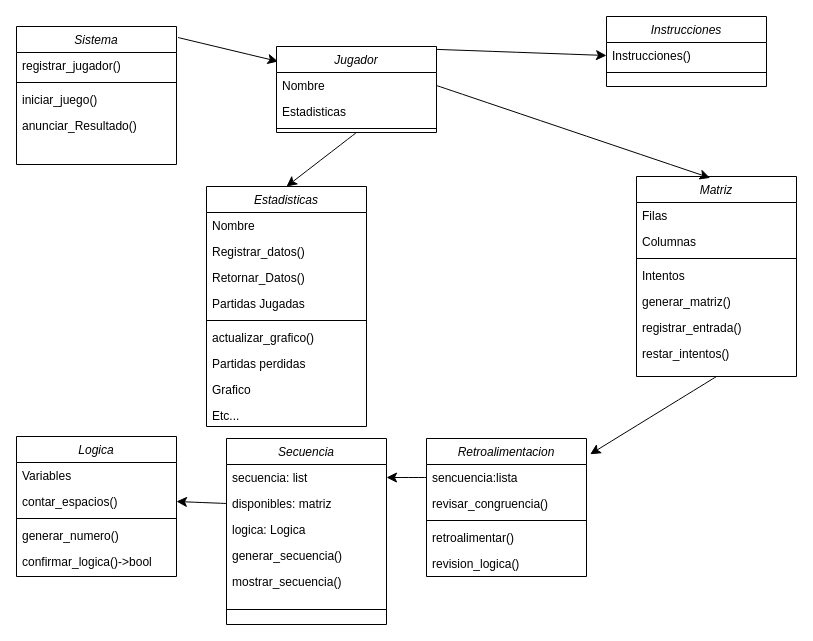
Earlier version of the draw.io diagram diagrama de clases.drawio (SkynetProyect/nerdleProyect). Source tidied: cells renumbered, new cells numbered last; positions are measured from the earlier drawing's top-left corner, leaving out a move shared by most shapes. Both pictures are drawn from the tidied source at 100%, with x=0, y=0 at pixel (16, 16).
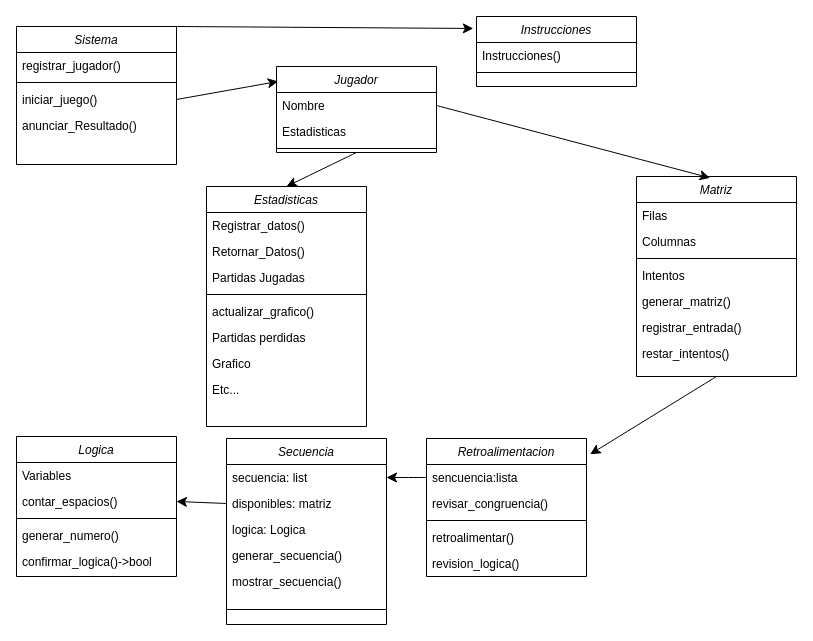
After the change.

Commit message (it also covers changes not shown here):
- diagrama actualizado - Archivos CJugador y CEstadisticas Creadas - clases  Instrucciones, jugador y estadistica creadas - Readme actualizado

The change refers to these unchanged cells:
```xml
<mxCell id="23" value="Estadisticas" style="swimlane;fontStyle=2;align=center;verticalAlign=top;horizontal=1;startSize=26;rounded=0;shadow=0;strokeWidth=1;" parent="1" vertex="1">
  <mxGeometry x="190" y="170" width="160" height="240" as="geometry" />
</mxCell>
<mxCell id="46" value="Sistema" style="swimlane;fontStyle=2;align=center;verticalAlign=top;horizontal=1;startSize=26;rounded=0;shadow=0;strokeWidth=1;" parent="1" vertex="1">
  <mxGeometry y="10" width="160" height="138" as="geometry" />
</mxCell>
<mxCell id="49" value="iniciar_juego()" style="text;align=left;verticalAlign=top;spacingLeft=4;spacingRight=4;overflow=hidden;points=[[0,0.5],[1,0.5]];portConstraint=eastwest;" parent="46" vertex="1">
  <mxGeometry y="60" width="160" height="26" as="geometry" />
</mxCell>
<mxCell id="55" value="Instrucciones()" style="text;align=left;verticalAlign=top;spacingLeft=4;spacingRight=4;overflow=hidden;points=[[0,0.5],[1,0.5]];portConstraint=eastwest;" parent="54" vertex="1">
  <mxGeometry y="26" width="160" height="26" as="geometry" />
</mxCell>
```

The edit, as a diff of the source:
```diff
@@
-    <mxCell id="18" style="edgeStyle=none;curved=1;rounded=0;jettySize=auto;html=1;exitX=0.5;exitY=0;exitDx=0;exitDy=0;entryX=0;entryY=0.5;entryDx=0;entryDy=0;fontSize=12;startSize=8;endSize=8;" parent="1" edge="1" source="19" target="55">
+    <mxCell id="18" style="edgeStyle=none;curved=1;rounded=0;jettySize=auto;html=1;exitX=1;exitY=0;exitDx=0;exitDy=0;entryX=-0.02;entryY=0.171;entryDx=0;entryDy=0;fontSize=12;startSize=8;endSize=8;entryPerimeter=0;" parent="1" edge="1" source="46" target="54">
       <mxGeometry relative="1" as="geometry" />
     </mxCell>
     <mxCell id="19" value="Jugador" style="swimlane;fontStyle=2;align=center;verticalAlign=top;horizontal=1;startSize=26;rounded=0;shadow=0;strokeWidth=1;" parent="1" vertex="1">
-      <mxGeometry x="260" y="30" width="160" height="86" as="geometry" />
+      <mxGeometry x="260" y="50" width="160" height="86" as="geometry" />
     </mxCell>
@@
-    <mxCell id="24" value="Nombre" style="text;align=left;verticalAlign=top;spacingLeft=4;spacingRight=4;overflow=hidden;" parent="23" vertex="1">
-      <mxGeometry y="26" width="160" height="26" as="geometry" />
-    </mxCell>
     <mxCell id="25" value="Registrar_datos()" style="text;align=left;verticalAlign=top;spacingLeft=4;spacingRight=4;overflow=hidden;" parent="23" vertex="1">
-      <mxGeometry y="52" width="160" height="26" as="geometry" />
+      <mxGeometry y="26" width="160" height="26" as="geometry" />
     </mxCell>
     <mxCell id="26" value="Retornar_Datos()" style="text;align=left;verticalAlign=top;spacingLeft=4;spacingRight=4;overflow=hidden;" parent="23" vertex="1">
-      <mxGeometry y="78" width="160" height="26" as="geometry" />
+      <mxGeometry y="52" width="160" height="26" as="geometry" />
     </mxCell>
     <mxCell id="27" value="Partidas Jugadas" style="text;align=left;verticalAlign=top;spacingLeft=4;spacingRight=4;overflow=hidden;rounded=0;shadow=0;html=0;" parent="23" vertex="1">
-      <mxGeometry y="104" width="160" height="26" as="geometry" />
+      <mxGeometry y="78" width="160" height="26" as="geometry" />
     </mxCell>
     <mxCell id="28" style="line;html=1;strokeWidth=1;align=left;verticalAlign=middle;spacingTop=-1;spacingLeft=3;spacingRight=3;labelPosition=right;" parent="23" vertex="1">
-      <mxGeometry y="130" width="160" height="8" as="geometry" />
+      <mxGeometry y="104" width="160" height="8" as="geometry" />
     </mxCell>
     <mxCell id="29" value="actualizar_grafico()" style="text;align=left;verticalAlign=top;spacingLeft=4;spacingRight=4;overflow=hidden;rounded=0;shadow=0;html=0;" parent="23" vertex="1">
-      <mxGeometry y="138" width="160" height="26" as="geometry" />
+      <mxGeometry y="112" width="160" height="26" as="geometry" />
     </mxCell>
     <mxCell id="30" value="Partidas perdidas&#10;" style="text;align=left;verticalAlign=top;spacingLeft=4;spacingRight=4;overflow=hidden;rounded=0;shadow=0;html=0;" parent="23" vertex="1">
-      <mxGeometry y="164" width="160" height="26" as="geometry" />
+      <mxGeometry y="138" width="160" height="26" as="geometry" />
     </mxCell>
     <mxCell id="31" value="Grafico" style="text;align=left;verticalAlign=top;spacingLeft=4;spacingRight=4;overflow=hidden;rounded=0;shadow=0;html=0;" parent="23" vertex="1">
-      <mxGeometry y="190" width="160" height="26" as="geometry" />
+      <mxGeometry y="164" width="160" height="26" as="geometry" />
     </mxCell>
     <mxCell id="32" value="Etc...&#10;" style="text;align=left;verticalAlign=top;spacingLeft=4;spacingRight=4;overflow=hidden;rounded=0;shadow=0;html=0;" parent="23" vertex="1">
-      <mxGeometry y="216" width="160" height="24" as="geometry" />
+      <mxGeometry y="190" width="160" height="24" as="geometry" />
     </mxCell>
@@
-    <mxCell id="45" style="edgeStyle=none;curved=1;rounded=0;jettySize=auto;html=1;exitX=1.01;exitY=0.08;exitDx=0;exitDy=0;entryX=0.01;entryY=0.174;entryDx=0;entryDy=0;entryPerimeter=0;fontSize=12;startSize=8;endSize=8;exitPerimeter=0;" parent="1" edge="1" source="46" target="19">
+    <mxCell id="45" style="edgeStyle=none;curved=1;rounded=0;jettySize=auto;html=1;exitX=1;exitY=0.5;exitDx=0;exitDy=0;entryX=0.01;entryY=0.174;entryDx=0;entryDy=0;entryPerimeter=0;fontSize=12;startSize=8;endSize=8;" parent="1" edge="1" source="49" target="19">
       <mxGeometry relative="1" as="geometry" />
     </mxCell>
@@
     <mxCell id="54" value="Instrucciones" style="swimlane;fontStyle=2;align=center;verticalAlign=top;horizontal=1;startSize=26;rounded=0;shadow=0;strokeWidth=1;" parent="1" vertex="1">
-      <mxGeometry x="590" width="160" height="70" as="geometry" />
+      <mxGeometry x="460" width="160" height="70" as="geometry" />
     </mxCell>
```
